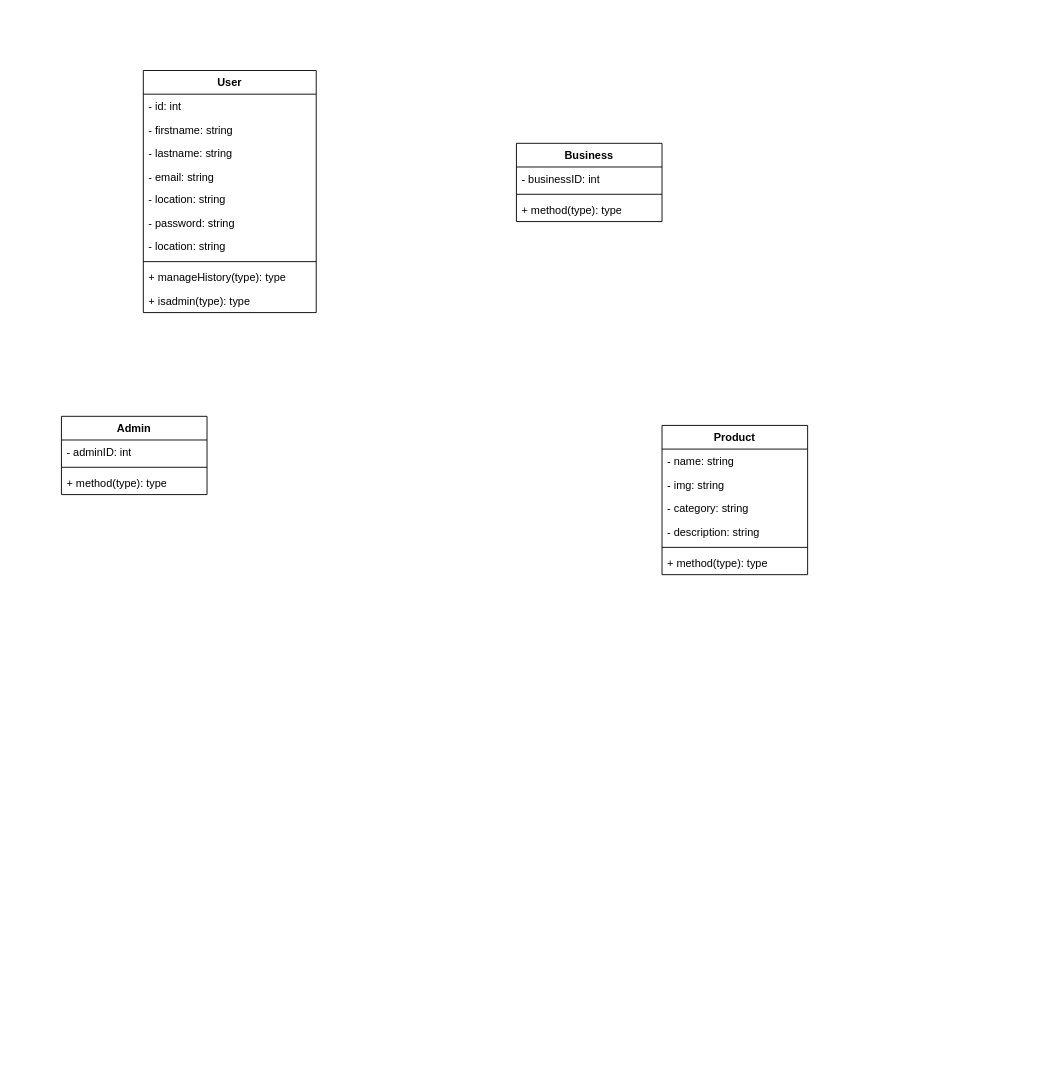
The draw.io diagram page "class diagrams" (2 of 2) of Diagramme sans nom.drawio in Valeryio/System-Draws, before the edit. Source tidied: cells renumbered, new cells numbered last; positions are measured from the earlier drawing's top-left corner, leaving out a move shared by most shapes. Both pictures are drawn from the tidied source at 91%, with x=0, y=0 at pixel (61, 70).
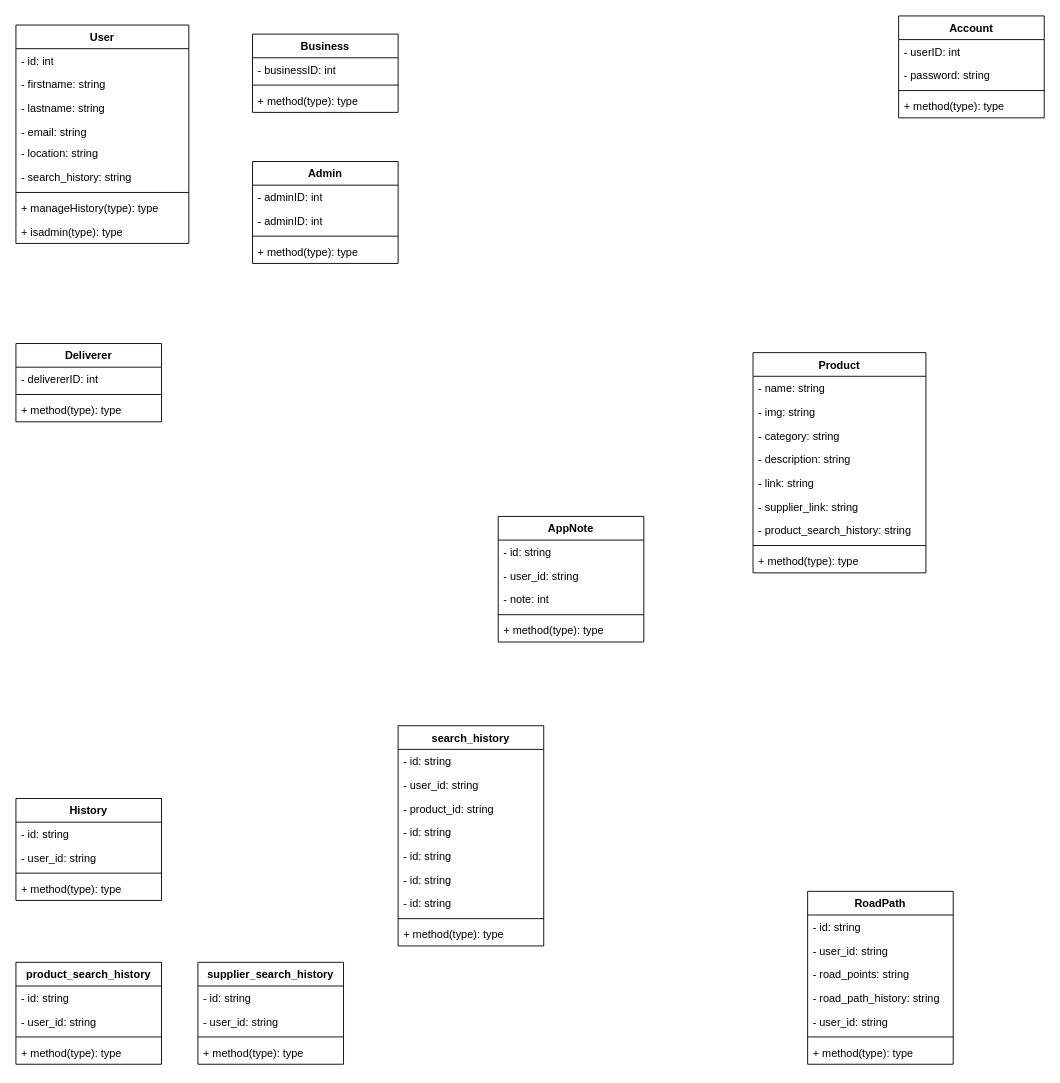
The same diagram, later.

Change to the diagram source:
```diff
@@
     <mxCell id="2" value="User" style="swimlane;fontStyle=1;align=center;verticalAlign=top;horizontal=1;startSize=26;whiteSpace=wrap;html=1;" parent="1" vertex="1">
-      <mxGeometry x="90" width="190" height="266" as="geometry" />
+      <mxGeometry x="-50" y="-50" width="190" height="240" as="geometry" />
     </mxCell>
@@
-    <mxCell id="8" value="- password: string" style="text;strokeColor=none;fillColor=none;align=left;verticalAlign=top;spacingLeft=4;spacingRight=4;overflow=hidden;whiteSpace=wrap;html=1;" parent="2" vertex="1">
-      <mxGeometry y="154" width="190" height="26" as="geometry" />
-    </mxCell>
-    <mxCell id="9" value="- location: string" style="text;strokeColor=none;fillColor=none;align=left;verticalAlign=top;spacingLeft=4;spacingRight=4;overflow=hidden;whiteSpace=wrap;html=1;" parent="2" vertex="1">
-      <mxGeometry y="180" width="190" height="26" as="geometry" />
+    <mxCell id="9" value="- search_history: string" style="text;strokeColor=none;fillColor=none;align=left;verticalAlign=top;spacingLeft=4;spacingRight=4;overflow=hidden;whiteSpace=wrap;html=1;" parent="2" vertex="1">
+      <mxGeometry y="154" width="190" height="26" as="geometry" />
     </mxCell>
     <mxCell id="10" style="line;strokeWidth=1;fillColor=none;align=left;verticalAlign=middle;spacingTop=-1;spacingLeft=3;spacingRight=3;labelPosition=right;strokeColor=inherit;" parent="2" vertex="1">
-      <mxGeometry y="206" width="190" height="8" as="geometry" />
+      <mxGeometry y="180" width="190" height="8" as="geometry" />
     </mxCell>
     <mxCell id="11" value="+ manageHistory(type): type" style="text;strokeColor=none;fillColor=none;align=left;verticalAlign=top;spacingLeft=4;spacingRight=4;overflow=hidden;whiteSpace=wrap;html=1;" parent="2" vertex="1">
-      <mxGeometry y="214" width="190" height="26" as="geometry" />
+      <mxGeometry y="188" width="190" height="26" as="geometry" />
     </mxCell>
     <mxCell id="12" value="+ isadmin(type): type" style="text;strokeColor=none;fillColor=none;align=left;verticalAlign=top;spacingLeft=4;spacingRight=4;overflow=hidden;whiteSpace=wrap;html=1;" parent="2" vertex="1">
-      <mxGeometry y="240" width="190" height="26" as="geometry" />
+      <mxGeometry y="214" width="190" height="26" as="geometry" />
     </mxCell>
     <mxCell id="13" value="Admin" style="swimlane;fontStyle=1;align=center;verticalAlign=top;horizontal=1;startSize=26;whiteSpace=wrap;html=1;" parent="1" vertex="1">
-      <mxGeometry y="380" width="160" height="86" as="geometry" />
+      <mxGeometry x="210" y="100" width="160" height="112" as="geometry" />
     </mxCell>
@@
+    <mxCell id="28" value="- adminID: int" style="text;strokeColor=none;fillColor=none;align=left;verticalAlign=top;spacingLeft=4;spacingRight=4;overflow=hidden;whiteSpace=wrap;html=1;" parent="13" vertex="1">
+      <mxGeometry y="52" width="160" height="26" as="geometry" />
+    </mxCell>
     <mxCell id="15" style="line;strokeWidth=1;fillColor=none;align=left;verticalAlign=middle;spacingTop=-1;spacingLeft=3;spacingRight=3;labelPosition=right;strokeColor=inherit;" parent="13" vertex="1">
-      <mxGeometry y="52" width="160" height="8" as="geometry" />
+      <mxGeometry y="78" width="160" height="8" as="geometry" />
     </mxCell>
     <mxCell id="16" value="+ method(type): type" style="text;strokeColor=none;fillColor=none;align=left;verticalAlign=top;spacingLeft=4;spacingRight=4;overflow=hidden;whiteSpace=wrap;html=1;" parent="13" vertex="1">
-      <mxGeometry y="60" width="160" height="26" as="geometry" />
+      <mxGeometry y="86" width="160" height="26" as="geometry" />
     </mxCell>
     <mxCell id="17" value="Business" style="swimlane;fontStyle=1;align=center;verticalAlign=top;horizontal=1;startSize=26;whiteSpace=wrap;html=1;" parent="1" vertex="1">
-      <mxGeometry x="500" y="80" width="160" height="86" as="geometry" />
+      <mxGeometry x="210" y="-40" width="160" height="86" as="geometry" />
     </mxCell>
@@
     <mxCell id="21" value="Product" style="swimlane;fontStyle=1;align=center;verticalAlign=top;horizontal=1;startSize=26;whiteSpace=wrap;html=1;" parent="1" vertex="1">
-      <mxGeometry x="660" y="390" width="160" height="164" as="geometry" />
+      <mxGeometry x="760" y="310" width="190" height="242" as="geometry" />
     </mxCell>
     <mxCell id="22" value="- name: string" style="text;strokeColor=none;fillColor=none;align=left;verticalAlign=top;spacingLeft=4;spacingRight=4;overflow=hidden;whiteSpace=wrap;html=1;" parent="21" vertex="1">
-      <mxGeometry y="26" width="160" height="26" as="geometry" />
+      <mxGeometry y="26" width="190" height="26" as="geometry" />
     </mxCell>
     <mxCell id="23" value="- img: string" style="text;strokeColor=none;fillColor=none;align=left;verticalAlign=top;spacingLeft=4;spacingRight=4;overflow=hidden;whiteSpace=wrap;html=1;" parent="21" vertex="1">
-      <mxGeometry y="52" width="160" height="26" as="geometry" />
+      <mxGeometry y="52" width="190" height="26" as="geometry" />
     </mxCell>
     <mxCell id="24" value="- category: string" style="text;strokeColor=none;fillColor=none;align=left;verticalAlign=top;spacingLeft=4;spacingRight=4;overflow=hidden;whiteSpace=wrap;html=1;" parent="21" vertex="1">
-      <mxGeometry y="78" width="160" height="26" as="geometry" />
+      <mxGeometry y="78" width="190" height="26" as="geometry" />
     </mxCell>
     <mxCell id="25" value="- description: string" style="text;strokeColor=none;fillColor=none;align=left;verticalAlign=top;spacingLeft=4;spacingRight=4;overflow=hidden;whiteSpace=wrap;html=1;" parent="21" vertex="1">
-      <mxGeometry y="104" width="160" height="26" as="geometry" />
+      <mxGeometry y="104" width="190" height="26" as="geometry" />
     </mxCell>
+    <mxCell id="29" value="- link: string" style="text;strokeColor=none;fillColor=none;align=left;verticalAlign=top;spacingLeft=4;spacingRight=4;overflow=hidden;whiteSpace=wrap;html=1;" parent="21" vertex="1">
+      <mxGeometry y="130" width="190" height="26" as="geometry" />
+    </mxCell>
+    <mxCell id="30" value="- supplier_link&lt;span style=&quot;background-color: initial;&quot;&gt;: string&lt;/span&gt;" style="text;strokeColor=none;fillColor=none;align=left;verticalAlign=top;spacingLeft=4;spacingRight=4;overflow=hidden;whiteSpace=wrap;html=1;" parent="21" vertex="1">
+      <mxGeometry y="156" width="190" height="26" as="geometry" />
+    </mxCell>
+    <mxCell id="31" value="-&amp;nbsp;&lt;span style=&quot;text-align: center;&quot;&gt;product_search_history&lt;/span&gt;&lt;span style=&quot;background-color: initial;&quot;&gt;: string&lt;/span&gt;" style="text;strokeColor=none;fillColor=none;align=left;verticalAlign=top;spacingLeft=4;spacingRight=4;overflow=hidden;whiteSpace=wrap;html=1;" parent="21" vertex="1">
+      <mxGeometry y="182" width="190" height="26" as="geometry" />
+    </mxCell>
     <mxCell id="26" style="line;strokeWidth=1;fillColor=none;align=left;verticalAlign=middle;spacingTop=-1;spacingLeft=3;spacingRight=3;labelPosition=right;strokeColor=inherit;" parent="21" vertex="1">
-      <mxGeometry y="130" width="160" height="8" as="geometry" />
+      <mxGeometry y="208" width="190" height="8" as="geometry" />
     </mxCell>
     <mxCell id="27" value="+ method(type): type" style="text;strokeColor=none;fillColor=none;align=left;verticalAlign=top;spacingLeft=4;spacingRight=4;overflow=hidden;whiteSpace=wrap;html=1;" parent="21" vertex="1">
-      <mxGeometry y="138" width="160" height="26" as="geometry" />
+      <mxGeometry y="216" width="190" height="26" as="geometry" />
     </mxCell>
+    <mxCell id="32" value="Deliverer" style="swimlane;fontStyle=1;align=center;verticalAlign=top;horizontal=1;startSize=26;whiteSpace=wrap;html=1;" parent="1" vertex="1">
+      <mxGeometry x="-50" y="300" width="160" height="86" as="geometry" />
+    </mxCell>
+    <mxCell id="33" value="- delivererID&lt;span style=&quot;background-color: initial;&quot;&gt;: int&lt;/span&gt;" style="text;strokeColor=none;fillColor=none;align=left;verticalAlign=top;spacingLeft=4;spacingRight=4;overflow=hidden;whiteSpace=wrap;html=1;" parent="32" vertex="1">
+      <mxGeometry y="26" width="160" height="26" as="geometry" />
+    </mxCell>
+    <mxCell id="34" style="line;strokeWidth=1;fillColor=none;align=left;verticalAlign=middle;spacingTop=-1;spacingLeft=3;spacingRight=3;labelPosition=right;strokeColor=inherit;" parent="32" vertex="1">
+      <mxGeometry y="52" width="160" height="8" as="geometry" />
+    </mxCell>
+    <mxCell id="35" value="+ method(type): type" style="text;strokeColor=none;fillColor=none;align=left;verticalAlign=top;spacingLeft=4;spacingRight=4;overflow=hidden;whiteSpace=wrap;html=1;" parent="32" vertex="1">
+      <mxGeometry y="60" width="160" height="26" as="geometry" />
+    </mxCell>
+    <mxCell id="36" value="History" style="swimlane;fontStyle=1;align=center;verticalAlign=top;horizontal=1;startSize=26;whiteSpace=wrap;html=1;" parent="1" vertex="1">
+      <mxGeometry x="-50" y="800" width="160" height="112" as="geometry" />
+    </mxCell>
+    <mxCell id="37" value="- id: string" style="text;strokeColor=none;fillColor=none;align=left;verticalAlign=top;spacingLeft=4;spacingRight=4;overflow=hidden;whiteSpace=wrap;html=1;" parent="36" vertex="1">
+      <mxGeometry y="26" width="160" height="26" as="geometry" />
+    </mxCell>
+    <mxCell id="38" value="- user_id: string" style="text;strokeColor=none;fillColor=none;align=left;verticalAlign=top;spacingLeft=4;spacingRight=4;overflow=hidden;whiteSpace=wrap;html=1;" parent="36" vertex="1">
+      <mxGeometry y="52" width="160" height="26" as="geometry" />
+    </mxCell>
+    <mxCell id="39" style="line;strokeWidth=1;fillColor=none;align=left;verticalAlign=middle;spacingTop=-1;spacingLeft=3;spacingRight=3;labelPosition=right;strokeColor=inherit;" parent="36" vertex="1">
+      <mxGeometry y="78" width="160" height="8" as="geometry" />
+    </mxCell>
+    <mxCell id="40" value="+ method(type): type" style="text;strokeColor=none;fillColor=none;align=left;verticalAlign=top;spacingLeft=4;spacingRight=4;overflow=hidden;whiteSpace=wrap;html=1;" parent="36" vertex="1">
+      <mxGeometry y="86" width="160" height="26" as="geometry" />
+    </mxCell>
+    <mxCell id="41" value="product_search_history" style="swimlane;fontStyle=1;align=center;verticalAlign=top;horizontal=1;startSize=26;whiteSpace=wrap;html=1;" parent="1" vertex="1">
+      <mxGeometry x="-50" y="980" width="160" height="112" as="geometry" />
+    </mxCell>
+    <mxCell id="42" value="- id: string" style="text;strokeColor=none;fillColor=none;align=left;verticalAlign=top;spacingLeft=4;spacingRight=4;overflow=hidden;whiteSpace=wrap;html=1;" parent="41" vertex="1">
+      <mxGeometry y="26" width="160" height="26" as="geometry" />
+    </mxCell>
+    <mxCell id="43" value="- user_id: string" style="text;strokeColor=none;fillColor=none;align=left;verticalAlign=top;spacingLeft=4;spacingRight=4;overflow=hidden;whiteSpace=wrap;html=1;" parent="41" vertex="1">
+      <mxGeometry y="52" width="160" height="26" as="geometry" />
+    </mxCell>
+    <mxCell id="44" style="line;strokeWidth=1;fillColor=none;align=left;verticalAlign=middle;spacingTop=-1;spacingLeft=3;spacingRight=3;labelPosition=right;strokeColor=inherit;" parent="41" vertex="1">
+      <mxGeometry y="78" width="160" height="8" as="geometry" />
+    </mxCell>
+    <mxCell id="45" value="+ method(type): type" style="text;strokeColor=none;fillColor=none;align=left;verticalAlign=top;spacingLeft=4;spacingRight=4;overflow=hidden;whiteSpace=wrap;html=1;" parent="41" vertex="1">
+      <mxGeometry y="86" width="160" height="26" as="geometry" />
+    </mxCell>
+    <mxCell id="46" value="supplier&lt;span style=&quot;background-color: initial;&quot;&gt;_search_history&lt;/span&gt;" style="swimlane;fontStyle=1;align=center;verticalAlign=top;horizontal=1;startSize=26;whiteSpace=wrap;html=1;" parent="1" vertex="1">
+      <mxGeometry x="150" y="980" width="160" height="112" as="geometry" />
+    </mxCell>
+    <mxCell id="47" value="- id: string" style="text;strokeColor=none;fillColor=none;align=left;verticalAlign=top;spacingLeft=4;spacingRight=4;overflow=hidden;whiteSpace=wrap;html=1;" parent="46" vertex="1">
+      <mxGeometry y="26" width="160" height="26" as="geometry" />
+    </mxCell>
+    <mxCell id="48" value="- user_id: string" style="text;strokeColor=none;fillColor=none;align=left;verticalAlign=top;spacingLeft=4;spacingRight=4;overflow=hidden;whiteSpace=wrap;html=1;" parent="46" vertex="1">
+      <mxGeometry y="52" width="160" height="26" as="geometry" />
+    </mxCell>
+    <mxCell id="49" style="line;strokeWidth=1;fillColor=none;align=left;verticalAlign=middle;spacingTop=-1;spacingLeft=3;spacingRight=3;labelPosition=right;strokeColor=inherit;" parent="46" vertex="1">
+      <mxGeometry y="78" width="160" height="8" as="geometry" />
+    </mxCell>
+    <mxCell id="50" value="+ method(type): type" style="text;strokeColor=none;fillColor=none;align=left;verticalAlign=top;spacingLeft=4;spacingRight=4;overflow=hidden;whiteSpace=wrap;html=1;" parent="46" vertex="1">
+      <mxGeometry y="86" width="160" height="26" as="geometry" />
+    </mxCell>
+    <mxCell id="51" value="Account" style="swimlane;fontStyle=1;align=center;verticalAlign=top;horizontal=1;startSize=26;whiteSpace=wrap;html=1;" parent="1" vertex="1">
+      <mxGeometry x="920" y="-60" width="160" height="112" as="geometry" />
+    </mxCell>
+    <mxCell id="52" value="- userID: int" style="text;strokeColor=none;fillColor=none;align=left;verticalAlign=top;spacingLeft=4;spacingRight=4;overflow=hidden;whiteSpace=wrap;html=1;" parent="51" vertex="1">
+      <mxGeometry y="26" width="160" height="26" as="geometry" />
+    </mxCell>
+    <mxCell id="8" value="- password: string" style="text;strokeColor=none;fillColor=none;align=left;verticalAlign=top;spacingLeft=4;spacingRight=4;overflow=hidden;whiteSpace=wrap;html=1;" parent="51" vertex="1">
+      <mxGeometry y="52" width="160" height="26" as="geometry" />
+    </mxCell>
+    <mxCell id="53" style="line;strokeWidth=1;fillColor=none;align=left;verticalAlign=middle;spacingTop=-1;spacingLeft=3;spacingRight=3;labelPosition=right;strokeColor=inherit;" parent="51" vertex="1">
+      <mxGeometry y="78" width="160" height="8" as="geometry" />
+    </mxCell>
+    <mxCell id="54" value="+ method(type): type" style="text;strokeColor=none;fillColor=none;align=left;verticalAlign=top;spacingLeft=4;spacingRight=4;overflow=hidden;whiteSpace=wrap;html=1;" parent="51" vertex="1">
+      <mxGeometry y="86" width="160" height="26" as="geometry" />
+    </mxCell>
+    <mxCell id="55" value="RoadPath&lt;div&gt;&lt;br&gt;&lt;/div&gt;" style="swimlane;fontStyle=1;align=center;verticalAlign=top;horizontal=1;startSize=26;whiteSpace=wrap;html=1;" parent="1" vertex="1">
+      <mxGeometry x="820" y="902" width="160" height="190" as="geometry" />
+    </mxCell>
+    <mxCell id="56" value="- id: string" style="text;strokeColor=none;fillColor=none;align=left;verticalAlign=top;spacingLeft=4;spacingRight=4;overflow=hidden;whiteSpace=wrap;html=1;" parent="55" vertex="1">
+      <mxGeometry y="26" width="160" height="26" as="geometry" />
+    </mxCell>
+    <mxCell id="57" value="- user_id: string" style="text;strokeColor=none;fillColor=none;align=left;verticalAlign=top;spacingLeft=4;spacingRight=4;overflow=hidden;whiteSpace=wrap;html=1;" parent="55" vertex="1">
+      <mxGeometry y="52" width="160" height="26" as="geometry" />
+    </mxCell>
+    <mxCell id="58" value="- road_points&lt;span style=&quot;background-color: initial;&quot;&gt;: string&lt;/span&gt;" style="text;strokeColor=none;fillColor=none;align=left;verticalAlign=top;spacingLeft=4;spacingRight=4;overflow=hidden;whiteSpace=wrap;html=1;" parent="55" vertex="1">
+      <mxGeometry y="78" width="160" height="26" as="geometry" />
+    </mxCell>
+    <mxCell id="59" value="- road_path_history: string" style="text;strokeColor=none;fillColor=none;align=left;verticalAlign=top;spacingLeft=4;spacingRight=4;overflow=hidden;whiteSpace=wrap;html=1;" parent="55" vertex="1">
+      <mxGeometry y="104" width="160" height="26" as="geometry" />
+    </mxCell>
+    <mxCell id="60" value="- user_id: string" style="text;strokeColor=none;fillColor=none;align=left;verticalAlign=top;spacingLeft=4;spacingRight=4;overflow=hidden;whiteSpace=wrap;html=1;" parent="55" vertex="1">
+      <mxGeometry y="130" width="160" height="26" as="geometry" />
+    </mxCell>
+    <mxCell id="61" style="line;strokeWidth=1;fillColor=none;align=left;verticalAlign=middle;spacingTop=-1;spacingLeft=3;spacingRight=3;labelPosition=right;strokeColor=inherit;" parent="55" vertex="1">
+      <mxGeometry y="156" width="160" height="8" as="geometry" />
+    </mxCell>
+    <mxCell id="62" value="+ method(type): type" style="text;strokeColor=none;fillColor=none;align=left;verticalAlign=top;spacingLeft=4;spacingRight=4;overflow=hidden;whiteSpace=wrap;html=1;" parent="55" vertex="1">
+      <mxGeometry y="164" width="160" height="26" as="geometry" />
+    </mxCell>
+    <mxCell id="63" value="AppNote" style="swimlane;fontStyle=1;align=center;verticalAlign=top;horizontal=1;startSize=26;whiteSpace=wrap;html=1;" parent="1" vertex="1">
+      <mxGeometry x="480" y="490" width="160" height="138" as="geometry" />
+    </mxCell>
+    <mxCell id="64" value="- id: string" style="text;strokeColor=none;fillColor=none;align=left;verticalAlign=top;spacingLeft=4;spacingRight=4;overflow=hidden;whiteSpace=wrap;html=1;" parent="63" vertex="1">
+      <mxGeometry y="26" width="160" height="26" as="geometry" />
+    </mxCell>
+    <mxCell id="65" value="- user_id: string" style="text;strokeColor=none;fillColor=none;align=left;verticalAlign=top;spacingLeft=4;spacingRight=4;overflow=hidden;whiteSpace=wrap;html=1;" parent="63" vertex="1">
+      <mxGeometry y="52" width="160" height="26" as="geometry" />
+    </mxCell>
+    <mxCell id="66" value="- note: int" style="text;strokeColor=none;fillColor=none;align=left;verticalAlign=top;spacingLeft=4;spacingRight=4;overflow=hidden;whiteSpace=wrap;html=1;" parent="63" vertex="1">
+      <mxGeometry y="78" width="160" height="26" as="geometry" />
+    </mxCell>
+    <mxCell id="67" style="line;strokeWidth=1;fillColor=none;align=left;verticalAlign=middle;spacingTop=-1;spacingLeft=3;spacingRight=3;labelPosition=right;strokeColor=inherit;" parent="63" vertex="1">
+      <mxGeometry y="104" width="160" height="8" as="geometry" />
+    </mxCell>
+    <mxCell id="68" value="+ method(type): type" style="text;strokeColor=none;fillColor=none;align=left;verticalAlign=top;spacingLeft=4;spacingRight=4;overflow=hidden;whiteSpace=wrap;html=1;" parent="63" vertex="1">
+      <mxGeometry y="112" width="160" height="26" as="geometry" />
+    </mxCell>
+    <mxCell id="69" value="&lt;div&gt;&lt;span style=&quot;background-color: initial;&quot;&gt;search_history&lt;/span&gt;&lt;/div&gt;" style="swimlane;fontStyle=1;align=center;verticalAlign=top;horizontal=1;startSize=26;whiteSpace=wrap;html=1;" parent="1" vertex="1">
+      <mxGeometry x="370" y="720" width="160" height="242" as="geometry" />
+    </mxCell>
+    <mxCell id="70" value="- id: string" style="text;strokeColor=none;fillColor=none;align=left;verticalAlign=top;spacingLeft=4;spacingRight=4;overflow=hidden;whiteSpace=wrap;html=1;" parent="69" vertex="1">
+      <mxGeometry y="26" width="160" height="26" as="geometry" />
+    </mxCell>
+    <mxCell id="71" value="- user_id: string" style="text;strokeColor=none;fillColor=none;align=left;verticalAlign=top;spacingLeft=4;spacingRight=4;overflow=hidden;whiteSpace=wrap;html=1;" parent="69" vertex="1">
+      <mxGeometry y="52" width="160" height="26" as="geometry" />
+    </mxCell>
+    <mxCell id="72" value="- product_id: string" style="text;strokeColor=none;fillColor=none;align=left;verticalAlign=top;spacingLeft=4;spacingRight=4;overflow=hidden;whiteSpace=wrap;html=1;" parent="69" vertex="1">
+      <mxGeometry y="78" width="160" height="26" as="geometry" />
+    </mxCell>
+    <mxCell id="73" value="- id: string" style="text;strokeColor=none;fillColor=none;align=left;verticalAlign=top;spacingLeft=4;spacingRight=4;overflow=hidden;whiteSpace=wrap;html=1;" parent="69" vertex="1">
+      <mxGeometry y="104" width="160" height="26" as="geometry" />
+    </mxCell>
+    <mxCell id="74" value="- id: string" style="text;strokeColor=none;fillColor=none;align=left;verticalAlign=top;spacingLeft=4;spacingRight=4;overflow=hidden;whiteSpace=wrap;html=1;" parent="69" vertex="1">
+      <mxGeometry y="130" width="160" height="26" as="geometry" />
+    </mxCell>
+    <mxCell id="75" value="- id: string" style="text;strokeColor=none;fillColor=none;align=left;verticalAlign=top;spacingLeft=4;spacingRight=4;overflow=hidden;whiteSpace=wrap;html=1;" parent="69" vertex="1">
+      <mxGeometry y="156" width="160" height="26" as="geometry" />
+    </mxCell>
+    <mxCell id="76" value="- id: string" style="text;strokeColor=none;fillColor=none;align=left;verticalAlign=top;spacingLeft=4;spacingRight=4;overflow=hidden;whiteSpace=wrap;html=1;" parent="69" vertex="1">
+      <mxGeometry y="182" width="160" height="26" as="geometry" />
+    </mxCell>
+    <mxCell id="77" style="line;strokeWidth=1;fillColor=none;align=left;verticalAlign=middle;spacingTop=-1;spacingLeft=3;spacingRight=3;labelPosition=right;strokeColor=inherit;" parent="69" vertex="1">
+      <mxGeometry y="208" width="160" height="8" as="geometry" />
+    </mxCell>
+    <mxCell id="78" value="+ method(type): type" style="text;strokeColor=none;fillColor=none;align=left;verticalAlign=top;spacingLeft=4;spacingRight=4;overflow=hidden;whiteSpace=wrap;html=1;" parent="69" vertex="1">
+      <mxGeometry y="216" width="160" height="26" as="geometry" />
+    </mxCell>
```
